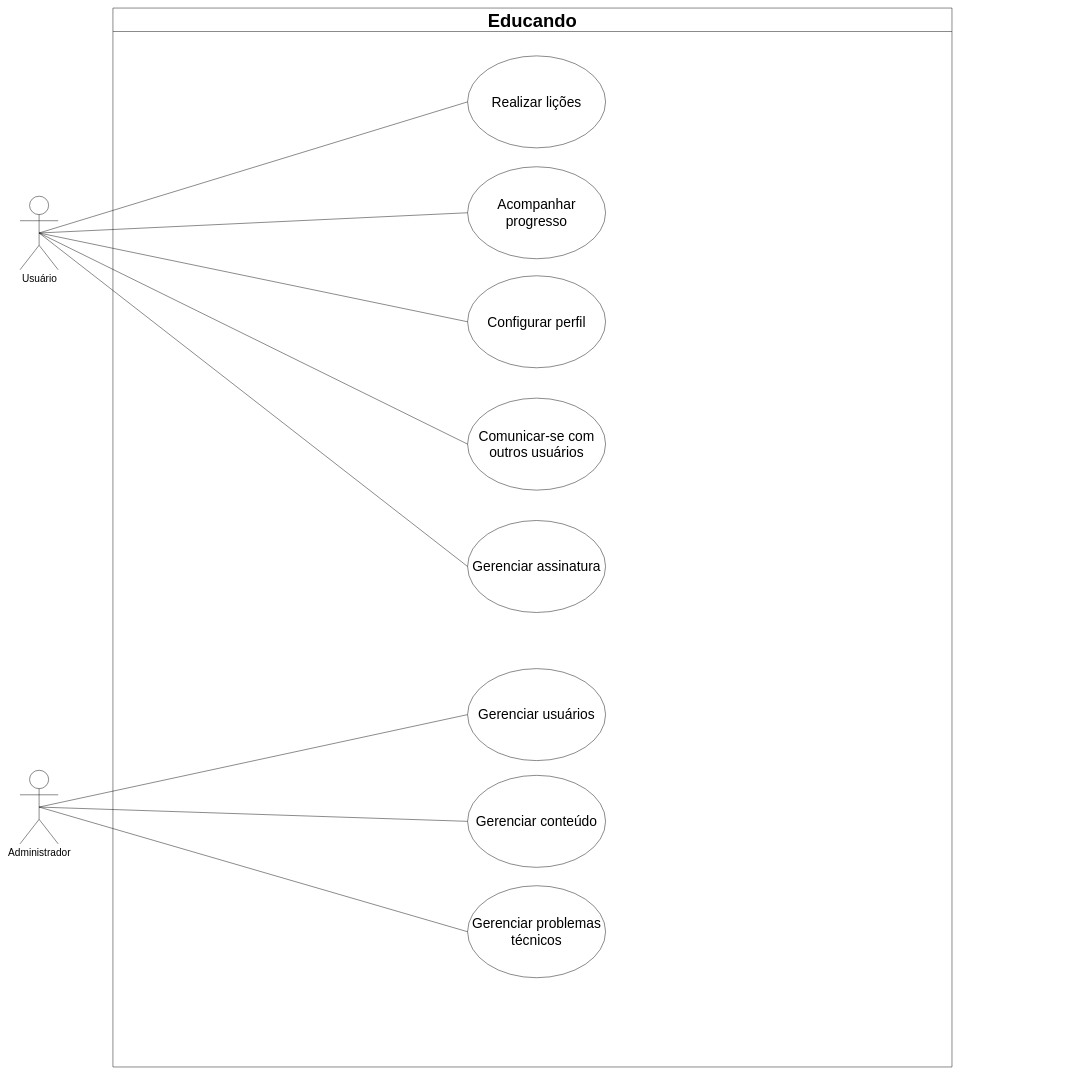
Unifacs-Portfolio/A3-modelagem-de-software keeps this draw.io diagram as docs/uml/diagrama-casos-de-uso.drawio. Above is the earlier version. Source tidied: cells renumbered, new cells numbered last; positions are measured from the earlier drawing's top-left corner, leaving out a move shared by most shapes. Both pictures are drawn from the tidied source at 46%, with x=0, y=0 at pixel (20, 8).
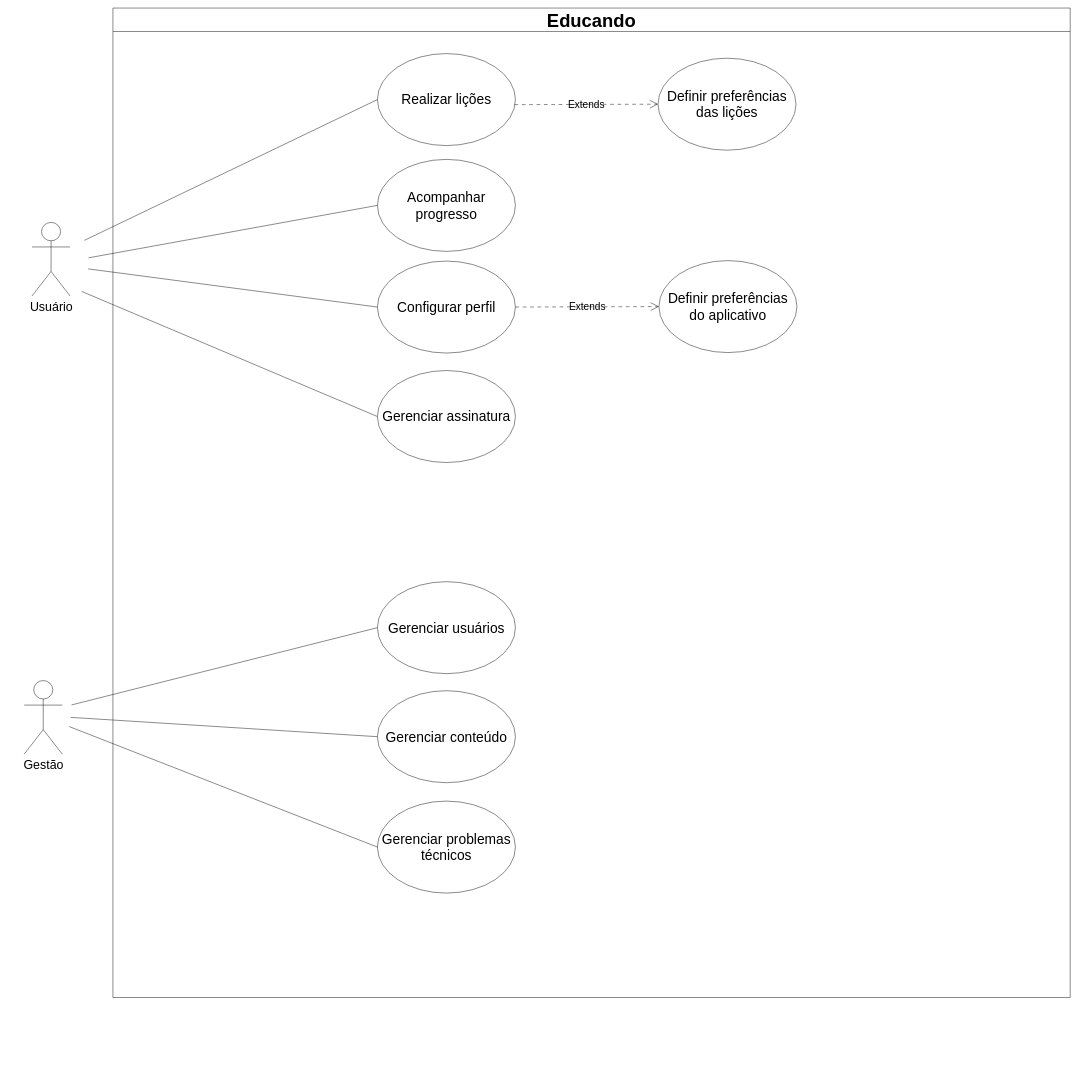
The same page after the edit.

Commit message (it also covers changes not shown here):
Adicionado diagrama de sequencia, modificado caso de uso e o de classe, sem alteracao na documentacao

Change to the diagram source:
```diff
@@
-    <mxCell id="2" value="Educando" style="swimlane;whiteSpace=wrap;html=1;fillStyle=auto;horizontal=1;verticalAlign=middle;spacing=40;spacingTop=0;startSize=51;fontSize=40;" parent="1" vertex="1">
-      <mxGeometry x="202" width="1824" height="2302" as="geometry" />
+    <mxCell id="2" value="&lt;div style=&quot;text-align: justify;&quot;&gt;&lt;span style=&quot;background-color: initial;&quot;&gt;Educando&lt;/span&gt;&lt;/div&gt;" style="swimlane;whiteSpace=wrap;html=1;fillStyle=auto;horizontal=1;verticalAlign=middle;spacing=40;spacingTop=0;startSize=51;fontSize=40;labelBackgroundColor=none;" parent="1" vertex="1">
+      <mxGeometry x="202" width="2081" height="2151" as="geometry" />
     </mxCell>
-    <mxCell id="3" value="&lt;font style=&quot;font-size: 30px;&quot; face=&quot;Arial&quot;&gt;Realizar lições&lt;/font&gt;" style="ellipse;whiteSpace=wrap;html=1;fontSize=22;" parent="2" vertex="1">
-      <mxGeometry x="771" y="104" width="300" height="200" as="geometry" />
-    </mxCell>
-    <mxCell id="4" value="&lt;font style=&quot;font-size: 30px;&quot; face=&quot;Arial&quot;&gt;Acompanhar progresso&lt;/font&gt;" style="ellipse;whiteSpace=wrap;html=1;fontSize=22;" parent="2" vertex="1">
-      <mxGeometry x="771" y="345" width="300" height="200" as="geometry" />
-    </mxCell>
-    <mxCell id="5" value="&lt;font style=&quot;font-size: 30px;&quot; face=&quot;Arial&quot;&gt;Configurar perfil&lt;/font&gt;" style="ellipse;whiteSpace=wrap;html=1;fontSize=22;" parent="2" vertex="1">
-      <mxGeometry x="771" y="582" width="300" height="200" as="geometry" />
-    </mxCell>
-    <mxCell id="6" value="&lt;font style=&quot;font-size: 30px;&quot; face=&quot;Arial&quot;&gt;Comunicar-se com outros usuários&lt;/font&gt;" style="ellipse;whiteSpace=wrap;html=1;fontSize=22;" parent="2" vertex="1">
-      <mxGeometry x="771" y="848" width="300" height="200" as="geometry" />
-    </mxCell>
-    <mxCell id="7" value="&lt;font style=&quot;font-size: 30px;&quot; face=&quot;Arial&quot;&gt;Gerenciar assinatura&lt;/font&gt;" style="ellipse;whiteSpace=wrap;html=1;fontSize=22;" parent="2" vertex="1">
-      <mxGeometry x="771" y="1114" width="300" height="200" as="geometry" />
-    </mxCell>
-    <mxCell id="8" value="&lt;font style=&quot;font-size: 30px;&quot; face=&quot;Arial&quot;&gt;Gerenciar usuários&lt;/font&gt;" style="ellipse;whiteSpace=wrap;html=1;fontSize=22;" parent="2" vertex="1">
-      <mxGeometry x="771" y="1436" width="300" height="200" as="geometry" />
+    <mxCell id="8" value="&lt;font style=&quot;font-size: 30px;&quot; face=&quot;Arial&quot;&gt;Gerenciar usuários&lt;/font&gt;" style="ellipse;whiteSpace=wrap;html=1;fontSize=22;flipV=1;labelBackgroundColor=none;" parent="2" vertex="1">
+      <mxGeometry x="575" y="1247" width="300" height="200" as="geometry" />
     </mxCell>
-    <mxCell id="9" value="&lt;font style=&quot;font-size: 30px;&quot; face=&quot;Arial&quot;&gt;Gerenciar conteúdo&lt;/font&gt;" style="ellipse;whiteSpace=wrap;html=1;fontSize=22;" parent="2" vertex="1">
-      <mxGeometry x="771" y="1668" width="300" height="200" as="geometry" />
+    <mxCell id="9" value="&lt;font style=&quot;font-size: 30px;&quot; face=&quot;Arial&quot;&gt;Gerenciar conteúdo&lt;/font&gt;" style="ellipse;whiteSpace=wrap;html=1;fontSize=22;flipV=1;labelBackgroundColor=none;" parent="2" vertex="1">
+      <mxGeometry x="575" y="1484" width="300" height="200" as="geometry" />
     </mxCell>
-    <mxCell id="10" value="&lt;font style=&quot;font-size: 30px;&quot; face=&quot;Arial&quot;&gt;Gerenciar problemas técnicos&lt;/font&gt;" style="ellipse;whiteSpace=wrap;html=1;fontSize=22;" parent="2" vertex="1">
-      <mxGeometry x="771" y="1908" width="300" height="200" as="geometry" />
+    <mxCell id="10" value="&lt;font style=&quot;font-size: 30px;&quot; face=&quot;Arial&quot;&gt;Gerenciar problemas técnicos&lt;/font&gt;" style="ellipse;whiteSpace=wrap;html=1;fontSize=22;flipV=1;labelBackgroundColor=none;" parent="2" vertex="1">
+      <mxGeometry x="575" y="1724" width="300" height="200" as="geometry" />
     </mxCell>
-    <mxCell id="11" value="Administrador" style="shape=umlActor;verticalLabelPosition=bottom;verticalAlign=top;html=1;fontSize=22;" parent="1" vertex="1">
-      <mxGeometry y="1657" width="83" height="160" as="geometry" />
+    <mxCell id="11" value="&lt;font style=&quot;font-size: 27px;&quot;&gt;Gestão&lt;/font&gt;" style="shape=umlActor;verticalLabelPosition=bottom;verticalAlign=top;html=1;fontSize=22;labelBackgroundColor=none;" parent="2" vertex="1">
+      <mxGeometry x="-193" y="1462" width="83" height="160" as="geometry" />
     </mxCell>
+    <mxCell id="17" style="endArrow=none;html=1;rounded=0;entryX=0;entryY=0.5;entryDx=0;entryDy=0;labelBackgroundColor=none;fontColor=default;" parent="2" edge="1" target="9">
+      <mxGeometry relative="1" as="geometry">
+        <mxPoint x="-92" y="1542" as="sourcePoint" />
+      </mxGeometry>
+    </mxCell>
+    <mxCell id="18" style="endArrow=none;html=1;rounded=0;entryX=0;entryY=0.5;entryDx=0;entryDy=0;labelBackgroundColor=none;fontColor=default;" parent="2" edge="1" target="8">
+      <mxGeometry relative="1" as="geometry">
+        <mxPoint x="-90" y="1515" as="sourcePoint" />
+      </mxGeometry>
+    </mxCell>
+    <mxCell id="19" style="endArrow=none;html=1;rounded=0;entryX=0;entryY=0.5;entryDx=0;entryDy=0;labelBackgroundColor=none;fontColor=default;" parent="2" edge="1" target="10">
+      <mxGeometry relative="1" as="geometry">
+        <mxPoint x="-95" y="1562" as="sourcePoint" />
+      </mxGeometry>
+    </mxCell>
+    <mxCell id="3" value="&lt;font style=&quot;font-size: 30px;&quot; face=&quot;Arial&quot;&gt;Realizar lições&lt;/font&gt;" style="ellipse;whiteSpace=wrap;html=1;fontSize=22;flipV=1;labelBackgroundColor=none;" parent="2" vertex="1">
+      <mxGeometry x="575" y="99" width="300" height="200" as="geometry" />
+    </mxCell>
+    <mxCell id="4" value="&lt;font style=&quot;font-size: 30px;&quot; face=&quot;Arial&quot;&gt;Acompanhar progresso&lt;/font&gt;" style="ellipse;whiteSpace=wrap;html=1;fontSize=22;flipV=1;labelBackgroundColor=none;" parent="2" vertex="1">
+      <mxGeometry x="575" y="329" width="300" height="200" as="geometry" />
+    </mxCell>
+    <mxCell id="5" value="&lt;font style=&quot;font-size: 30px;&quot; face=&quot;Arial&quot;&gt;Configurar perfil&lt;/font&gt;" style="ellipse;whiteSpace=wrap;html=1;fontSize=22;flipV=1;labelBackgroundColor=none;" parent="2" vertex="1">
+      <mxGeometry x="575" y="550" width="300" height="200" as="geometry" />
+    </mxCell>
+    <mxCell id="7" value="&lt;font style=&quot;font-size: 30px;&quot; face=&quot;Arial&quot;&gt;Gerenciar assinatura&lt;/font&gt;" style="ellipse;whiteSpace=wrap;html=1;fontSize=22;flipV=1;labelBackgroundColor=none;" parent="2" vertex="1">
+      <mxGeometry x="575" y="788" width="300" height="200" as="geometry" />
+    </mxCell>
-    <mxCell id="12" style="endArrow=none;html=1;rounded=0;entryX=0;entryY=0.5;entryDx=0;entryDy=0;exitX=0.5;exitY=0.5;exitDx=0;exitDy=0;exitPerimeter=0;" parent="1" edge="1" source="20" target="3">
-      <mxGeometry relative="1" as="geometry" />
+    <mxCell id="12" style="endArrow=none;html=1;rounded=0;entryX=0;entryY=0.5;entryDx=0;entryDy=0;labelBackgroundColor=none;fontColor=default;" parent="2" edge="1" target="3">
+      <mxGeometry relative="1" as="geometry">
+        <mxPoint x="-62" y="505" as="sourcePoint" />
+      </mxGeometry>
     </mxCell>
-    <mxCell id="13" style="endArrow=none;html=1;rounded=0;entryX=0;entryY=0.5;entryDx=0;entryDy=0;exitX=0.5;exitY=0.5;exitDx=0;exitDy=0;exitPerimeter=0;" parent="1" edge="1" source="20" target="4">
-      <mxGeometry relative="1" as="geometry" />
+    <mxCell id="13" style="endArrow=none;html=1;rounded=0;entryX=0;entryY=0.5;entryDx=0;entryDy=0;labelBackgroundColor=none;fontColor=default;" parent="2" edge="1" target="4">
+      <mxGeometry relative="1" as="geometry">
+        <mxPoint x="-53" y="543" as="sourcePoint" />
+      </mxGeometry>
     </mxCell>
-    <mxCell id="14" style="endArrow=none;html=1;rounded=0;exitX=0.5;exitY=0.5;exitDx=0;exitDy=0;exitPerimeter=0;entryX=0;entryY=0.5;entryDx=0;entryDy=0;" parent="1" edge="1" source="20" target="5">
-      <mxGeometry relative="1" as="geometry" />
+    <mxCell id="14" style="endArrow=none;html=1;rounded=0;entryX=0;entryY=0.5;entryDx=0;entryDy=0;labelBackgroundColor=none;fontColor=default;" parent="2" edge="1" target="5">
+      <mxGeometry relative="1" as="geometry">
+        <mxPoint x="-54" y="567" as="sourcePoint" />
+      </mxGeometry>
     </mxCell>
-    <mxCell id="15" style="endArrow=none;html=1;rounded=0;entryX=0;entryY=0.5;entryDx=0;entryDy=0;exitX=0.5;exitY=0.5;exitDx=0;exitDy=0;exitPerimeter=0;" parent="1" edge="1" source="20" target="6">
-      <mxGeometry relative="1" as="geometry" />
-    </mxCell>
-    <mxCell id="16" style="endArrow=none;html=1;rounded=0;entryX=0;entryY=0.5;entryDx=0;entryDy=0;exitX=0.5;exitY=0.5;exitDx=0;exitDy=0;exitPerimeter=0;" parent="1" edge="1" source="20" target="7">
-      <mxGeometry relative="1" as="geometry" />
+    <mxCell id="16" style="endArrow=none;html=1;rounded=0;entryX=0;entryY=0.5;entryDx=0;entryDy=0;labelBackgroundColor=none;fontColor=default;" parent="2" edge="1" target="7">
+      <mxGeometry relative="1" as="geometry">
+        <mxPoint x="-68" y="616" as="sourcePoint" />
+      </mxGeometry>
     </mxCell>
-    <mxCell id="17" style="endArrow=none;html=1;rounded=0;entryX=0;entryY=0.5;entryDx=0;entryDy=0;exitX=0.5;exitY=0.5;exitDx=0;exitDy=0;exitPerimeter=0;" parent="1" edge="1" source="11" target="9">
-      <mxGeometry relative="1" as="geometry" />
-    </mxCell>
-    <mxCell id="18" style="endArrow=none;html=1;rounded=0;entryX=0;entryY=0.5;entryDx=0;entryDy=0;exitX=0.5;exitY=0.5;exitDx=0;exitDy=0;exitPerimeter=0;" parent="1" edge="1" source="11" target="8">
-      <mxGeometry relative="1" as="geometry" />
-    </mxCell>
-    <mxCell id="19" style="endArrow=none;html=1;rounded=0;entryX=0;entryY=0.5;entryDx=0;entryDy=0;exitX=0.5;exitY=0.5;exitDx=0;exitDy=0;exitPerimeter=0;" parent="1" edge="1" source="11" target="10">
-      <mxGeometry relative="1" as="geometry" />
-    </mxCell>
-    <mxCell id="20" value="Usuário" style="shape=umlActor;verticalLabelPosition=bottom;verticalAlign=top;html=1;fontSize=22;" parent="1" vertex="1">
-      <mxGeometry y="409" width="83" height="160" as="geometry" />
+    <mxCell id="20" value="&lt;font style=&quot;font-size: 27px;&quot;&gt;Usuário&lt;/font&gt;" style="shape=umlActor;verticalLabelPosition=bottom;verticalAlign=top;html=1;fontSize=22;labelBackgroundColor=none;" parent="2" vertex="1">
+      <mxGeometry x="-176" y="466" width="83" height="160" as="geometry" />
     </mxCell>
+    <mxCell id="21" value="&lt;font style=&quot;font-size: 30px;&quot; face=&quot;Arial&quot;&gt;Definir preferências&lt;/font&gt;&lt;div&gt;&lt;font style=&quot;font-size: 30px;&quot; face=&quot;Arial&quot;&gt;do aplicativo&lt;/font&gt;&lt;/div&gt;" style="ellipse;whiteSpace=wrap;html=1;fontSize=22;flipV=1;labelBackgroundColor=none;" parent="2" vertex="1">
+      <mxGeometry x="1187" y="549" width="300" height="200" as="geometry" />
+    </mxCell>
+    <mxCell id="22" value="Extends" style="endArrow=open;endSize=16;endFill=0;html=1;rounded=0;exitX=1;exitY=0.5;exitDx=0;exitDy=0;entryX=0;entryY=0.5;entryDx=0;entryDy=0;dashed=1;dashPattern=8 8;fontSize=22;labelBackgroundColor=none;fontColor=default;" parent="2" edge="1" source="5" target="21">
+      <mxGeometry relative="1" as="geometry" />
+    </mxCell>
+    <mxCell id="23" value="&lt;font style=&quot;font-size: 30px;&quot; face=&quot;Arial&quot;&gt;Definir preferências&lt;/font&gt;&lt;div&gt;&lt;font style=&quot;font-size: 30px;&quot; face=&quot;Arial&quot;&gt;das lições&lt;/font&gt;&lt;/div&gt;" style="ellipse;whiteSpace=wrap;html=1;fontSize=22;flipV=1;labelBackgroundColor=none;" parent="2" vertex="1">
+      <mxGeometry x="1185" y="109" width="300" height="200" as="geometry" />
+    </mxCell>
+    <mxCell id="24" value="Extends" style="endArrow=open;endSize=16;endFill=0;html=1;rounded=0;exitX=1;exitY=0.5;exitDx=0;exitDy=0;entryX=0;entryY=0.5;entryDx=0;entryDy=0;dashed=1;dashPattern=8 8;fontSize=22;labelBackgroundColor=none;fontColor=default;" parent="2" edge="1" target="23">
+      <mxGeometry relative="1" as="geometry">
+        <mxPoint x="873" y="210" as="sourcePoint" />
+      </mxGeometry>
+    </mxCell>
```
